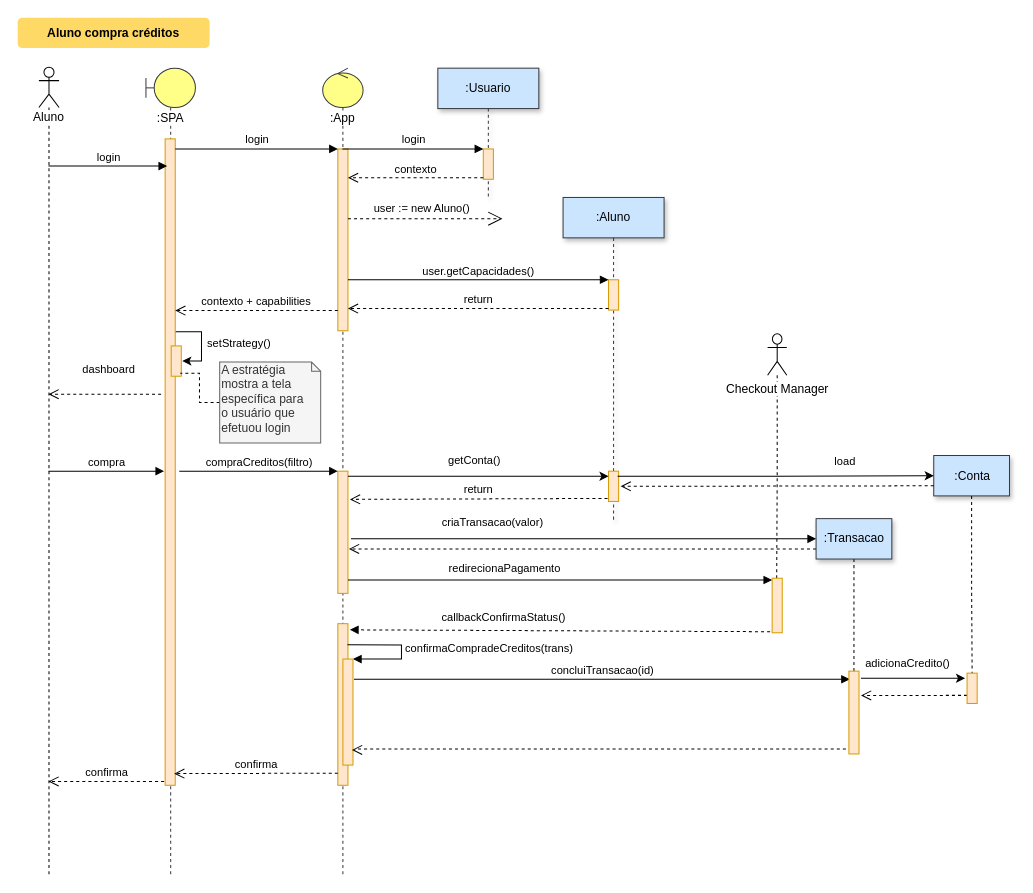
Neandertals/personal keeps this draw.io diagram as aluno_compra_creditos.drawio. Above is the earlier version. Source tidied: cells renumbered, new cells numbered last; positions are measured from the earlier drawing's top-left corner, leaving out a move shared by most shapes. Both pictures are drawn from the tidied source at 101%, with x=0, y=0 at pixel (17, 17).
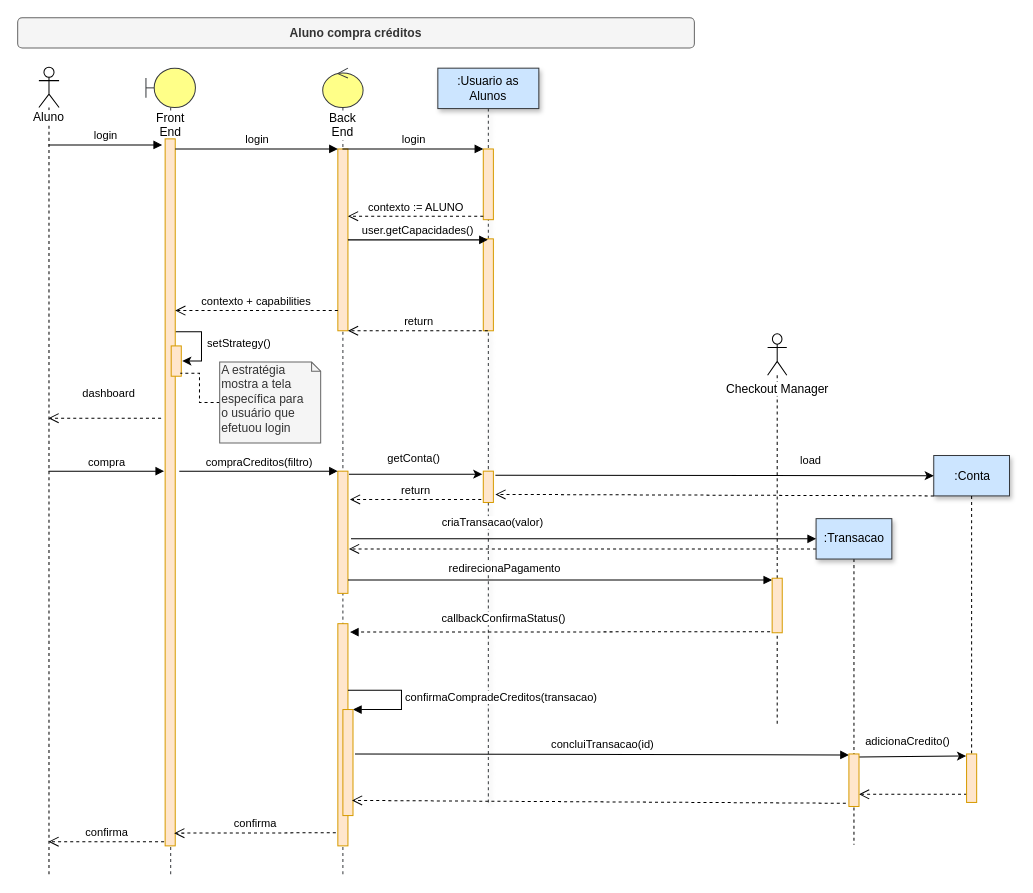
The same diagram, later.

Unchanged cells that the change refers to:
```xml
<mxCell id="7" value="Aluno" style="shape=umlLifeline;participant=umlActor;perimeter=lifelinePerimeter;whiteSpace=wrap;html=1;verticalAlign=top;spacingTop=36;labelBackgroundColor=#ffffff;outlineConnect=0;" parent="1" vertex="1">
  <mxGeometry x="21" y="49" width="20" height="800" as="geometry" />
</mxCell>
<mxCell id="11" style="html=1;points=[];perimeter=orthogonalPerimeter;fillColor=#ffe6cc;strokeColor=#d79b00;" parent="10" vertex="1">
  <mxGeometry x="15" y="80" width="10" height="180" as="geometry" />
</mxCell>
<mxCell id="12" style="html=1;points=[];perimeter=orthogonalPerimeter;fillColor=#ffe6cc;strokeColor=#d79b00;" parent="10" vertex="1">
  <mxGeometry x="15" y="399" width="10" height="121" as="geometry" />
</mxCell>
<mxCell id="35" value="Checkout Manager" style="shape=umlActor;verticalLabelPosition=bottom;labelBackgroundColor=#ffffff;verticalAlign=top;html=1;outlineConnect=0;" parent="1" vertex="1">
  <mxGeometry x="742.5" y="313" width="19" height="41" as="geometry" />
</mxCell>
<mxCell id="38" value=":Transacao" style="html=1;comic=0;gradientColor=none;shadow=1;strokeColor=#36393d;fillColor=#cce5ff;" parent="1" vertex="1">
  <mxGeometry x="790.5" y="496" width="75" height="40" as="geometry" />
</mxCell>
<mxCell id="39" style="html=1;points=[];perimeter=orthogonalPerimeter;strokeColor=#d79b00;fillColor=#ffe6cc;" parent="1" vertex="1">
  <mxGeometry x="747" y="555" width="10" height="54" as="geometry" />
</mxCell>
<mxCell id="42" value=":Conta" style="html=1;comic=0;gradientColor=none;shadow=1;strokeColor=#36393d;fillColor=#cce5ff;" parent="1" vertex="1">
  <mxGeometry x="907" y="433.5" width="75" height="40" as="geometry" />
</mxCell>
```

Change to the diagram source:
```diff
@@
-    <mxCell id="2" value="Aluno compra créditos" style="rounded=1;fontStyle=1;fillColor=#FFD966;strokeColor=none;" parent="1" vertex="1">
-      <mxGeometry width="190" height="30" as="geometry" />
+    <mxCell id="2" value="Aluno compra créditos" style="rounded=1;fontStyle=1;fillColor=#f5f5f5;strokeColor=#666666;fontColor=#333333;" parent="1" vertex="1">
+      <mxGeometry width="670" height="30" as="geometry" />
     </mxCell>
-    <mxCell id="3" value=":SPA" style="shape=umlLifeline;participant=umlBoundary;perimeter=lifelinePerimeter;whiteSpace=wrap;html=1;verticalAlign=top;spacingTop=36;labelBackgroundColor=#ffffff;size=39;fillColor=#ffff88;strokeColor=#36393d;" parent="1" vertex="1">
+    <mxCell id="3" value="Front End" style="shape=umlLifeline;participant=umlBoundary;perimeter=lifelinePerimeter;whiteSpace=wrap;html=1;verticalAlign=top;spacingTop=36;labelBackgroundColor=#ffffff;size=39;fillColor=#ffff88;strokeColor=#36393d;" parent="1" vertex="1">
       <mxGeometry x="127" y="50" width="49" height="799" as="geometry" />
     </mxCell>
@@
     <mxCell id="5" style="html=1;points=[];perimeter=orthogonalPerimeter;fillColor=#ffe6cc;strokeColor=#d79b00;" parent="3" vertex="1">
-      <mxGeometry x="19" y="70" width="10" height="640" as="geometry" />
+      <mxGeometry x="19" y="70" width="10" height="700" as="geometry" />
     </mxCell>
@@
-    <mxCell id="8" value=":Usuario" style="shape=umlLifeline;perimeter=lifelinePerimeter;whiteSpace=wrap;html=1;outlineConnect=0;shadow=1;strokeColor=#36393d;fillColor=#cce5ff;" parent="1" vertex="1">
-      <mxGeometry x="416" y="50" width="100" height="129" as="geometry" />
+    <mxCell id="8" value=":Usuario as Alunos" style="shape=umlLifeline;perimeter=lifelinePerimeter;whiteSpace=wrap;html=1;outlineConnect=0;shadow=1;strokeColor=#36393d;fillColor=#cce5ff;" parent="1" vertex="1">
+      <mxGeometry x="416" y="50" width="100" height="729" as="geometry" />
     </mxCell>
     <mxCell id="9" style="html=1;points=[];perimeter=orthogonalPerimeter;fillColor=#ffe6cc;strokeColor=#d79b00;" parent="8" vertex="1">
-      <mxGeometry x="45" y="80" width="10" height="30" as="geometry" />
+      <mxGeometry x="45" y="80" width="10" height="70" as="geometry" />
     </mxCell>
+    <mxCell id="55" style="html=1;perimeter=orthogonalPerimeter;fillColor=#ffe6cc;strokeColor=#d79b00;" parent="8" vertex="1">
+      <mxGeometry x="45" y="169" width="10" height="91" as="geometry" />
+    </mxCell>
+    <mxCell id="56" style="html=1;points=[];perimeter=orthogonalPerimeter;fillColor=#ffe6cc;strokeColor=#d79b00;" parent="8" vertex="1">
+      <mxGeometry x="45" y="399" width="10" height="31" as="geometry" />
+    </mxCell>
-    <mxCell id="10" value=":App" style="shape=umlLifeline;participant=umlControl;perimeter=lifelinePerimeter;whiteSpace=wrap;html=1;verticalAlign=top;spacingTop=36;labelBackgroundColor=#ffffff;outlineConnect=0;size=39;fillColor=#ffff88;strokeColor=#36393d;" parent="1" vertex="1">
+    <mxCell id="10" value="Back End" style="shape=umlLifeline;participant=umlControl;perimeter=lifelinePerimeter;whiteSpace=wrap;html=1;verticalAlign=top;spacingTop=36;labelBackgroundColor=#ffffff;outlineConnect=0;size=39;fillColor=#ffff88;strokeColor=#36393d;" parent="1" vertex="1">
       <mxGeometry x="302" y="50" width="40" height="799" as="geometry" />
     </mxCell>
@@
     <mxCell id="13" style="html=1;points=[];perimeter=orthogonalPerimeter;fillColor=#ffe6cc;strokeColor=#d79b00;" parent="10" vertex="1">
-      <mxGeometry x="15" y="550" width="10" height="160" as="geometry" />
+      <mxGeometry x="15" y="550" width="10" height="220" as="geometry" />
     </mxCell>
-    <mxCell id="14" value="confirmaCompradeCreditos(trans)" style="edgeStyle=orthogonalEdgeStyle;html=1;align=left;spacingLeft=2;endArrow=block;rounded=0;entryX=1;entryY=0;exitX=0.95;exitY=0.131;exitDx=0;exitDy=0;exitPerimeter=0;" parent="10" edge="1" source="13" target="15">
+    <mxCell id="14" value="confirmaCompradeCreditos(transacao)" style="edgeStyle=orthogonalEdgeStyle;html=1;align=left;spacingLeft=2;endArrow=block;rounded=0;entryX=1;entryY=0;exitX=1;exitY=0.3;exitDx=0;exitDy=0;exitPerimeter=0;" parent="10" edge="1" source="13" target="15">
       <mxGeometry relative="1" as="geometry">
         <Array as="points">
-          <mxPoint x="78" y="571" />
-          <mxPoint x="78" y="585" />
+          <mxPoint x="78" y="616" />
+          <mxPoint x="78" y="635" />
         </Array>
       </mxGeometry>
     </mxCell>
     <mxCell id="15" style="html=1;points=[];perimeter=orthogonalPerimeter;strokeColor=#d79b00;fillColor=#ffe6cc;" parent="10" vertex="1">
-      <mxGeometry x="20" y="585" width="10" height="105" as="geometry" />
+      <mxGeometry x="20" y="635" width="10" height="105" as="geometry" />
     </mxCell>
@@
-    <mxCell id="18" value="contexto" style="html=1;verticalAlign=bottom;endArrow=open;dashed=1;endSize=8;exitX=0;exitY=0.95;" parent="1" edge="1" source="9" target="11">
+    <mxCell id="18" value="contexto := ALUNO" style="html=1;verticalAlign=bottom;endArrow=open;dashed=1;endSize=8;exitX=0;exitY=0.95;" parent="1" edge="1" source="9" target="11">
       <mxGeometry relative="1" as="geometry" />
     </mxCell>
@@
-    <mxCell id="20" value="login" style="html=1;verticalAlign=bottom;endArrow=block;entryX=0.2;entryY=0.042;entryDx=0;entryDy=0;entryPerimeter=0;" parent="1" edge="1" source="7" target="5">
-      <mxGeometry relative="1" as="geometry" />
+    <mxCell id="20" value="login" style="html=1;verticalAlign=bottom;endArrow=block;" parent="1" edge="1" source="7">
+      <mxGeometry relative="1" as="geometry">
+        <mxPoint x="143" y="126" as="targetPoint" />
+      </mxGeometry>
     </mxCell>
@@
-    <mxCell id="22" value=":Aluno" style="shape=umlLifeline;perimeter=lifelinePerimeter;whiteSpace=wrap;html=1;shadow=1;strokeColor=#36393d;fillColor=#cce5ff;" parent="1" vertex="1">
-      <mxGeometry x="540" y="178" width="100" height="321" as="geometry" />
-    </mxCell>
-    <mxCell id="23" style="html=1;points=[];perimeter=orthogonalPerimeter;fillColor=#ffe6cc;strokeColor=#d79b00;" parent="22" vertex="1">
-      <mxGeometry x="45" y="81.5" width="10" height="30" as="geometry" />
-    </mxCell>
-    <mxCell id="24" style="html=1;points=[];perimeter=orthogonalPerimeter;fillColor=#ffe6cc;strokeColor=#d79b00;" parent="22" vertex="1">
-      <mxGeometry x="45" y="271" width="10" height="30" as="geometry" />
-    </mxCell>
-    <mxCell id="25" value="user := new Aluno()" style="endArrow=open;endSize=12;dashed=1;html=1;" parent="1" edge="1" source="11">
-      <mxGeometry x="-0.05" y="10" relative="1" as="geometry">
-        <mxPoint x="480" y="199" as="targetPoint" />
-      </mxGeometry>
-    </mxCell>
-    <mxCell id="26" value="user.getCapacidades()" style="html=1;verticalAlign=bottom;endArrow=block;entryX=0;entryY=0;" parent="1" edge="1" source="11" target="23">
+    <mxCell id="26" value="user.getCapacidades()" style="html=1;verticalAlign=bottom;endArrow=block;" parent="1" edge="1" source="11" target="8">
       <mxGeometry relative="1" as="geometry" />
     </mxCell>
-    <mxCell id="27" value="return" style="html=1;verticalAlign=bottom;endArrow=open;dashed=1;endSize=8;exitX=0;exitY=0.95;" parent="1" edge="1" source="23" target="11">
+    <mxCell id="27" value="return" style="html=1;verticalAlign=bottom;endArrow=open;dashed=1;endSize=8;" parent="1" edge="1" source="8" target="11">
       <mxGeometry relative="1" as="geometry" />
     </mxCell>
@@
-    <mxCell id="34" style="edgeStyle=orthogonalEdgeStyle;rounded=0;jettySize=auto;html=1;entryX=0.45;entryY=0;entryDx=0;entryDy=0;entryPerimeter=0;endArrow=none;endFill=0;dashed=1;" parent="1" edge="1" source="35" target="39">
-      <mxGeometry relative="1" as="geometry" />
+    <mxCell id="34" style="edgeStyle=orthogonalEdgeStyle;rounded=0;jettySize=auto;html=1;endArrow=none;endFill=0;dashed=1;" parent="1" edge="1" source="35">
+      <mxGeometry relative="1" as="geometry">
+        <mxPoint x="752" y="699" as="targetPoint" />
+      </mxGeometry>
     </mxCell>
@@
-    <mxCell id="37" style="edgeStyle=orthogonalEdgeStyle;rounded=0;jettySize=auto;html=1;entryX=0.5;entryY=0;entryDx=0;entryDy=0;entryPerimeter=0;dashed=1;endFill=0;endArrow=none;" parent="1" edge="1" source="38" target="54">
-      <mxGeometry relative="1" as="geometry" />
+    <mxCell id="37" style="edgeStyle=orthogonalEdgeStyle;rounded=0;jettySize=auto;html=1;dashed=1;endFill=0;endArrow=none;" parent="1" edge="1" source="38">
+      <mxGeometry relative="1" as="geometry">
+        <mxPoint x="828" y="819" as="targetPoint" />
+      </mxGeometry>
     </mxCell>
@@
-    <mxCell id="41" value="confirma" style="html=1;verticalAlign=bottom;endArrow=open;dashed=1;endSize=8;entryX=0.9;entryY=0.982;entryDx=0;entryDy=0;entryPerimeter=0;exitX=0;exitY=0.925;exitDx=0;exitDy=0;exitPerimeter=0;" parent="1" edge="1" source="13" target="5">
+    <mxCell id="41" value="confirma" style="html=1;verticalAlign=bottom;endArrow=open;dashed=1;endSize=8;entryX=0.9;entryY=0.982;entryDx=0;entryDy=0;entryPerimeter=0;exitX=-0.2;exitY=0.941;exitDx=0;exitDy=0;exitPerimeter=0;" parent="1" edge="1" source="13" target="5">
       <mxGeometry relative="1" as="geometry" />
     </mxCell>
@@
-    <mxCell id="44" value="concluiTransacao(id)" style="html=1;verticalAlign=bottom;endArrow=block;entryX=0.1;entryY=0.098;entryDx=0;entryDy=0;entryPerimeter=0;" parent="1" edge="1" target="54">
-      <mxGeometry relative="1" as="geometry">
-        <mxPoint x="333" y="655" as="sourcePoint" />
-      </mxGeometry>
+    <mxCell id="44" value="concluiTransacao(id)" style="html=1;verticalAlign=bottom;endArrow=block;entryX=0;entryY=0.019;entryDx=0;entryDy=0;entryPerimeter=0;exitX=1.2;exitY=0.419;exitDx=0;exitDy=0;exitPerimeter=0;" parent="1" edge="1" source="15" target="54">
+      <mxGeometry relative="1" as="geometry" />
     </mxCell>
-    <mxCell id="45" style="edgeStyle=orthogonalEdgeStyle;rounded=1;jettySize=auto;html=1;exitX=0;exitY=0.733;exitDx=0;exitDy=0;exitPerimeter=0;dashed=1;verticalAlign=bottom;endArrow=open;endSize=8;" parent="1" edge="1" source="46">
-      <mxGeometry relative="1" as="geometry">
-        <mxPoint x="835" y="671" as="targetPoint" />
-      </mxGeometry>
+    <mxCell id="45" style="rounded=1;jettySize=auto;html=1;exitX=0.05;exitY=0.833;exitDx=0;exitDy=0;exitPerimeter=0;dashed=1;verticalAlign=bottom;endArrow=open;endSize=8;entryX=1;entryY=0.769;entryDx=0;entryDy=0;entryPerimeter=0;" parent="1" edge="1" source="46" target="54">
+      <mxGeometry relative="1" as="geometry" />
     </mxCell>
     <mxCell id="46" style="html=1;points=[];perimeter=orthogonalPerimeter;strokeColor=#d79b00;fillColor=#ffe6cc;" parent="1" vertex="1">
-      <mxGeometry x="940" y="649" width="10" height="30" as="geometry" />
+      <mxGeometry x="939.5" y="729" width="10" height="48" as="geometry" />
     </mxCell>
-    <mxCell id="47" value="getConta()" style="edgeStyle=orthogonalEdgeStyle;rounded=0;jettySize=auto;html=1;entryX=0;entryY=0.167;entryDx=0;entryDy=0;entryPerimeter=0;" parent="1" edge="1" source="12" target="24">
+    <mxCell id="47" value="getConta()" style="rounded=0;jettySize=auto;html=1;exitX=1.1;exitY=0.025;exitDx=0;exitDy=0;exitPerimeter=0;" parent="1" edge="1" source="12">
       <mxGeometry x="-0.03" y="16" relative="1" as="geometry">
-        <Array as="points">
-          <mxPoint x="360" y="454" />
-          <mxPoint x="360" y="454" />
-        </Array>
+        <mxPoint x="460" y="452" as="targetPoint" />
       </mxGeometry>
     </mxCell>
-    <mxCell id="48" value="load" style="edgeStyle=orthogonalEdgeStyle;rounded=0;jettySize=auto;html=1;entryX=0;entryY=0.5;entryDx=0;entryDy=0;exitX=0.9;exitY=0.167;exitDx=0;exitDy=0;exitPerimeter=0;" parent="1" edge="1" source="24" target="42">
+    <mxCell id="48" value="load" style="rounded=0;jettySize=auto;html=1;entryX=0;entryY=0.5;entryDx=0;entryDy=0;exitX=1.2;exitY=0.129;exitDx=0;exitDy=0;exitPerimeter=0;" parent="1" edge="1" source="56" target="42">
       <mxGeometry x="0.44" y="15" relative="1" as="geometry" />
     </mxCell>
-    <mxCell id="49" value="return" style="html=1;verticalAlign=bottom;endArrow=open;dashed=1;endSize=8;exitX=-0.1;exitY=0.9;exitDx=0;exitDy=0;exitPerimeter=0;entryX=1.2;entryY=0.231;entryDx=0;entryDy=0;entryPerimeter=0;" parent="1" edge="1" source="24" target="12">
+    <mxCell id="49" value="return" style="html=1;verticalAlign=bottom;endArrow=open;dashed=1;endSize=8;entryX=1.2;entryY=0.231;entryDx=0;entryDy=0;entryPerimeter=0;exitX=-0.2;exitY=0.903;exitDx=0;exitDy=0;exitPerimeter=0;" parent="1" edge="1" source="56" target="12">
       <mxGeometry relative="1" as="geometry" />
     </mxCell>
-    <mxCell id="50" style="html=1;verticalAlign=bottom;endArrow=open;dashed=1;endSize=8;exitX=0;exitY=0.75;exitDx=0;exitDy=0;entryX=1.2;entryY=0.5;entryDx=0;entryDy=0;entryPerimeter=0;" parent="1" edge="1" source="42" target="24">
+    <mxCell id="50" style="html=1;verticalAlign=bottom;endArrow=open;dashed=1;endSize=8;exitX=0;exitY=1;exitDx=0;exitDy=0;entryX=1.2;entryY=0.742;entryDx=0;entryDy=0;entryPerimeter=0;" parent="1" edge="1" source="42" target="56">
       <mxGeometry relative="1" as="geometry" />
     </mxCell>
@@
-    <mxCell id="52" style="edgeStyle=orthogonalEdgeStyle;rounded=1;jettySize=auto;html=1;entryX=0.9;entryY=0.857;entryDx=0;entryDy=0;entryPerimeter=0;exitX=-0.3;exitY=0.939;exitDx=0;exitDy=0;exitPerimeter=0;dashed=1;verticalAlign=bottom;endArrow=open;endSize=8;" parent="1" edge="1" source="54" target="15">
-      <mxGeometry relative="1" as="geometry">
-        <Array as="points">
-          <mxPoint x="334" y="724" />
-          <mxPoint x="334" y="725" />
-        </Array>
-      </mxGeometry>
+    <mxCell id="52" style="rounded=1;jettySize=auto;html=1;entryX=0.9;entryY=0.857;entryDx=0;entryDy=0;entryPerimeter=0;exitX=-0.3;exitY=0.939;exitDx=0;exitDy=0;exitPerimeter=0;dashed=1;verticalAlign=bottom;endArrow=open;endSize=8;" parent="1" edge="1" source="54" target="15">
+      <mxGeometry relative="1" as="geometry" />
     </mxCell>
-    <mxCell id="53" value="adicionaCredito()" style="edgeStyle=orthogonalEdgeStyle;rounded=0;jettySize=auto;html=1;entryX=-0.2;entryY=0.167;entryDx=0;entryDy=0;entryPerimeter=0;" parent="1" edge="1" target="46">
-      <mxGeometry x="-0.1" y="15" relative="1" as="geometry">
-        <mxPoint x="835" y="654" as="sourcePoint" />
-        <Array as="points">
-          <mxPoint x="870" y="654" />
-          <mxPoint x="870" y="654" />
-        </Array>
-      </mxGeometry>
+    <mxCell id="53" value="adicionaCredito()" style="rounded=0;jettySize=auto;html=1;entryX=-0.05;entryY=0.042;entryDx=0;entryDy=0;entryPerimeter=0;exitX=1;exitY=0.058;exitDx=0;exitDy=0;exitPerimeter=0;" parent="1" edge="1" source="54" target="46">
+      <mxGeometry x="-0.1" y="15" relative="1" as="geometry" />
     </mxCell>
     <mxCell id="54" style="html=1;points=[];perimeter=orthogonalPerimeter;strokeColor=#d79b00;fillColor=#ffe6cc;" parent="1" vertex="1">
-      <mxGeometry x="823" y="647" width="10" height="82" as="geometry" />
+      <mxGeometry x="823" y="729" width="10" height="52" as="geometry" />
     </mxCell>
```
